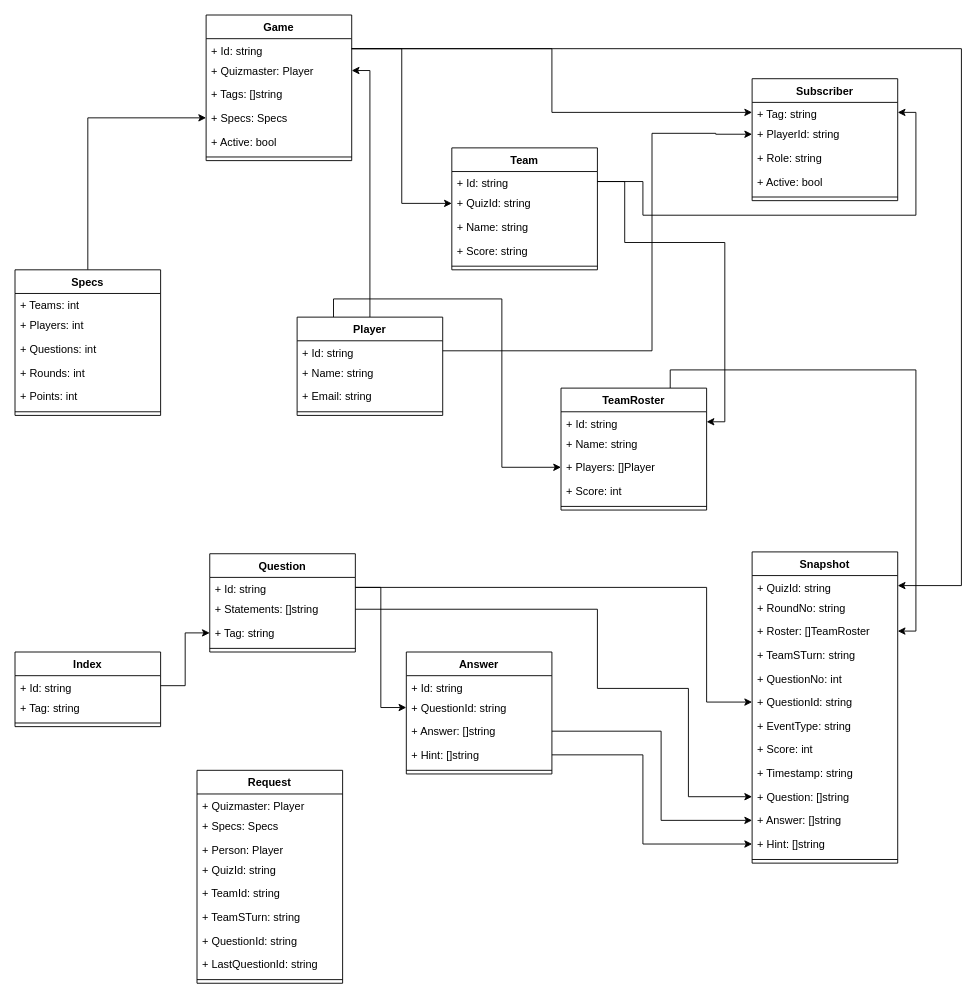
Earlier version of the draw.io diagram server/Binquiz Go UML.drawio (atulanand206/find). Source tidied: cells renumbered, new cells numbered last; positions are measured from the earlier drawing's top-left corner, leaving out a move shared by most shapes. Both pictures are drawn from the tidied source at 91%, with x=0, y=0 at pixel (15, 15).
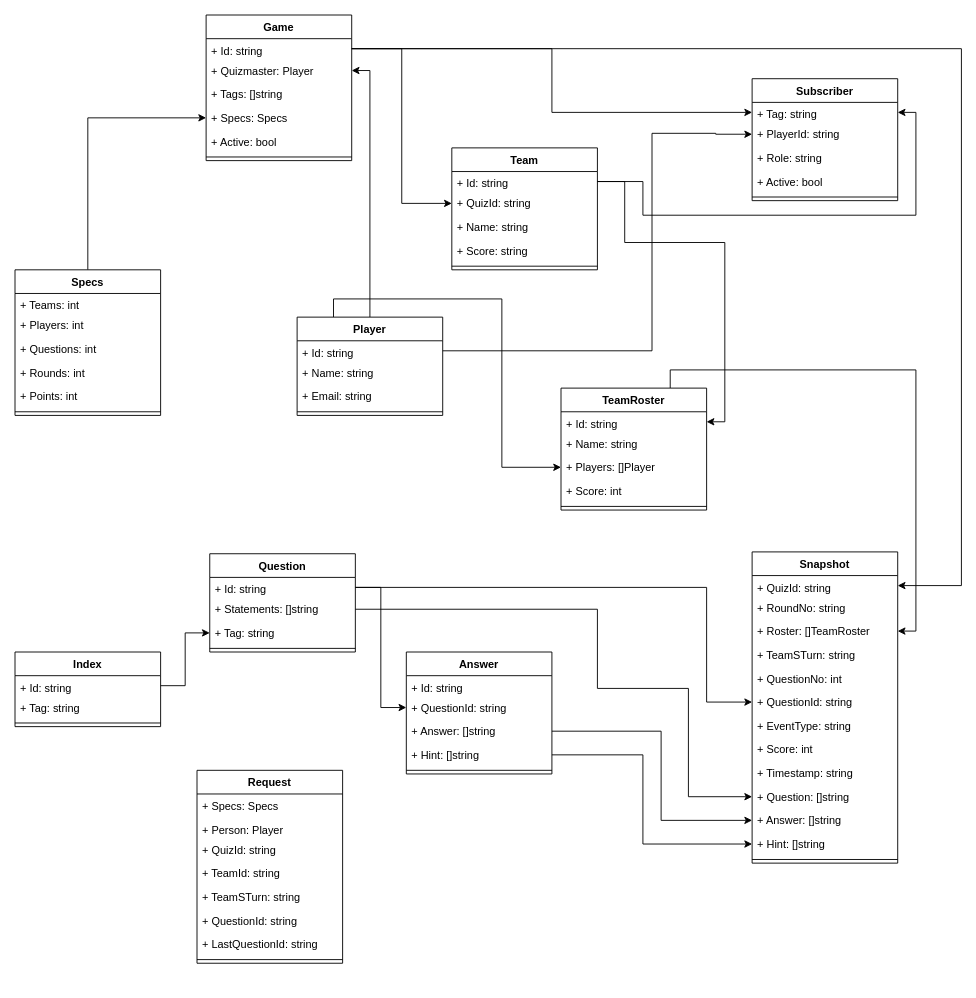
The same diagram, later.

The edit, as a diff of the source:
```diff
@@
     <mxCell id="84" value="Request" style="swimlane;fontStyle=1;align=center;verticalAlign=top;horizontal=1;startSize=26;" parent="1" vertex="1">
-      <mxGeometry x="200" y="830" width="160" height="234" as="geometry" />
+      <mxGeometry x="200" y="830" width="160" height="212" as="geometry" />
     </mxCell>
-    <mxCell id="85" value="+ Quizmaster: Player" style="text;strokeColor=none;fillColor=none;align=left;verticalAlign=top;spacingLeft=4;spacingRight=4;overflow=hidden;" parent="84" vertex="1">
-      <mxGeometry y="26" width="160" height="22" as="geometry" />
-    </mxCell>
     <mxCell id="86" value="+ Specs: Specs" style="text;strokeColor=none;fillColor=none;align=left;verticalAlign=top;spacingLeft=4;spacingRight=4;overflow=hidden;" parent="84" vertex="1">
-      <mxGeometry y="48" width="160" height="26" as="geometry" />
+      <mxGeometry y="26" width="160" height="26" as="geometry" />
     </mxCell>
     <mxCell id="87" value="+ Person: Player" style="text;strokeColor=none;fillColor=none;align=left;verticalAlign=top;spacingLeft=4;spacingRight=4;overflow=hidden;" parent="84" vertex="1">
-      <mxGeometry y="74" width="160" height="22" as="geometry" />
+      <mxGeometry y="52" width="160" height="22" as="geometry" />
     </mxCell>
     <mxCell id="88" value="+ QuizId: string" style="text;strokeColor=none;fillColor=none;align=left;verticalAlign=top;spacingLeft=4;spacingRight=4;overflow=hidden;" parent="84" vertex="1">
-      <mxGeometry y="96" width="160" height="26" as="geometry" />
+      <mxGeometry y="74" width="160" height="26" as="geometry" />
     </mxCell>
     <mxCell id="89" value="+ TeamId: string" style="text;strokeColor=none;fillColor=none;align=left;verticalAlign=top;spacingLeft=4;spacingRight=4;overflow=hidden;" parent="84" vertex="1">
-      <mxGeometry y="122" width="160" height="26" as="geometry" />
+      <mxGeometry y="100" width="160" height="26" as="geometry" />
     </mxCell>
     <mxCell id="90" value="+ TeamSTurn: string" style="text;strokeColor=none;fillColor=none;align=left;verticalAlign=top;spacingLeft=4;spacingRight=4;overflow=hidden;" parent="84" vertex="1">
-      <mxGeometry y="148" width="160" height="26" as="geometry" />
+      <mxGeometry y="126" width="160" height="26" as="geometry" />
     </mxCell>
     <mxCell id="91" value="+ QuestionId: string" style="text;strokeColor=none;fillColor=none;align=left;verticalAlign=top;spacingLeft=4;spacingRight=4;overflow=hidden;" parent="84" vertex="1">
-      <mxGeometry y="174" width="160" height="26" as="geometry" />
+      <mxGeometry y="152" width="160" height="26" as="geometry" />
     </mxCell>
     <mxCell id="92" value="+ LastQuestionId: string" style="text;strokeColor=none;fillColor=none;align=left;verticalAlign=top;spacingLeft=4;spacingRight=4;overflow=hidden;" parent="84" vertex="1">
-      <mxGeometry y="200" width="160" height="26" as="geometry" />
+      <mxGeometry y="178" width="160" height="26" as="geometry" />
     </mxCell>
     <mxCell id="93" style="line;strokeWidth=1;fillColor=none;align=left;verticalAlign=middle;spacingTop=-1;spacingLeft=3;spacingRight=3;labelPosition=right;" parent="84" vertex="1">
-      <mxGeometry y="226" width="160" height="8" as="geometry" />
+      <mxGeometry y="204" width="160" height="8" as="geometry" />
     </mxCell>
```
